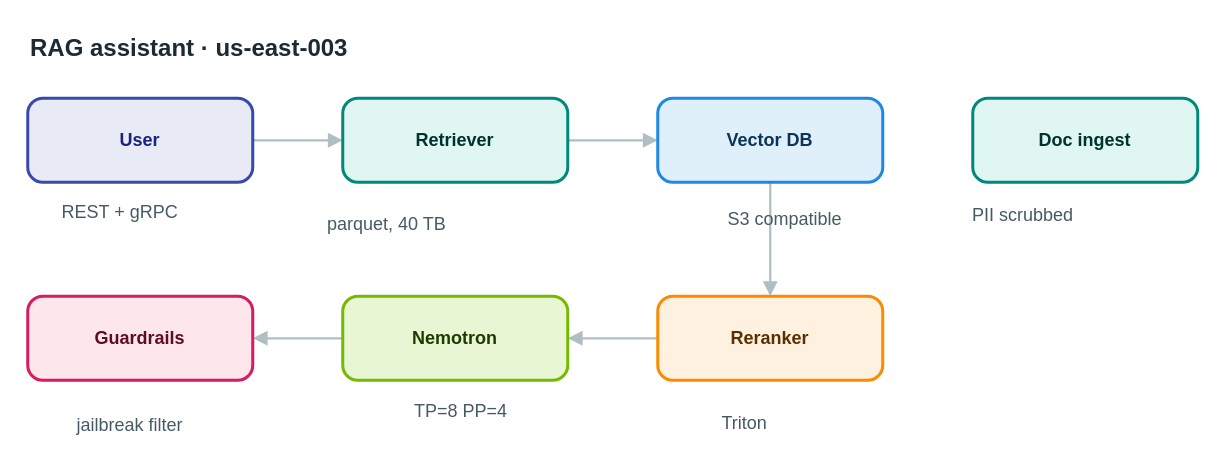
Earlier version of the draw.io diagram apps/web/public/samples/library/003-rag-assistant.drawio (AryanG01/open-apprentice). Source tidied: cells renumbered, new cells numbered last; positions are measured from the earlier drawing's top-left corner, leaving out a move shared by most shapes. Both pictures are drawn from the tidied source at 150%, with x=0, y=0 at pixel (27, 26).
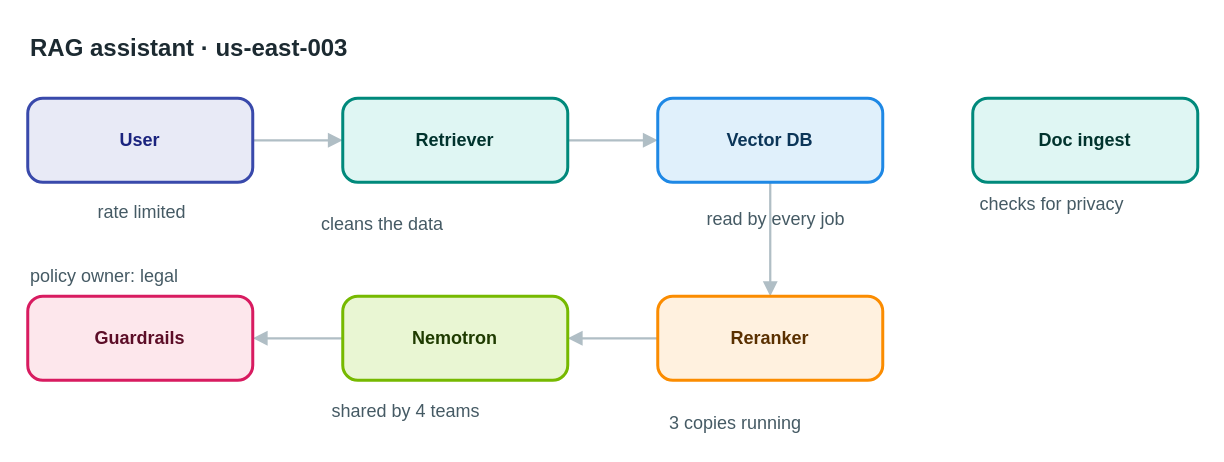
The same page after the edit.

The edit, as a diff of the source:
```diff
@@
-    <mxCell id="15" value="REST + gRPC" style="text;html=1;align=left;verticalAlign=top;whiteSpace=nowrap;spacing=0;spacingTop=0;strokeColor=none;fillColor=none;fontSize=12;fontColor=#455a64;" parent="1" vertex="1">
-      <mxGeometry x="23" y="112" width="89" height="20" as="geometry" />
+    <mxCell id="15" value="rate limited" style="text;html=1;align=left;verticalAlign=top;whiteSpace=nowrap;spacing=0;spacingTop=0;strokeColor=none;fillColor=none;fontSize=12;fontColor=#455a64;" parent="1" vertex="1">
+      <mxGeometry x="47" y="112" width="96" height="20" as="geometry" />
     </mxCell>
-    <mxCell id="16" value="parquet, 40 TB" style="text;html=1;align=left;verticalAlign=top;whiteSpace=nowrap;spacing=0;spacingTop=0;strokeColor=none;fillColor=none;fontSize=12;fontColor=#455a64;" parent="1" vertex="1">
-      <mxGeometry x="200" y="120" width="110" height="20" as="geometry" />
+    <mxCell id="16" value="cleans the data" style="text;html=1;align=left;verticalAlign=top;whiteSpace=nowrap;spacing=0;spacingTop=0;strokeColor=none;fillColor=none;fontSize=12;fontColor=#455a64;" parent="1" vertex="1">
+      <mxGeometry x="196" y="120" width="117" height="20" as="geometry" />
     </mxCell>
-    <mxCell id="17" value="S3 compatible" style="text;html=1;align=left;verticalAlign=top;whiteSpace=nowrap;spacing=0;spacingTop=0;strokeColor=none;fillColor=none;fontSize=12;fontColor=#455a64;" parent="1" vertex="1">
-      <mxGeometry x="467" y="117" width="103" height="20" as="geometry" />
+    <mxCell id="17" value="read by every job" style="text;html=1;align=left;verticalAlign=top;whiteSpace=nowrap;spacing=0;spacingTop=0;strokeColor=none;fillColor=none;fontSize=12;fontColor=#455a64;" parent="1" vertex="1">
+      <mxGeometry x="453" y="117" width="131" height="20" as="geometry" />
     </mxCell>
-    <mxCell id="18" value="Triton" style="text;html=1;align=left;verticalAlign=top;whiteSpace=nowrap;spacing=0;spacingTop=0;strokeColor=none;fillColor=none;fontSize=12;fontColor=#455a64;" parent="1" vertex="1">
-      <mxGeometry x="463" y="253" width="54" height="20" as="geometry" />
+    <mxCell id="18" value="3 copies running" style="text;html=1;align=left;verticalAlign=top;whiteSpace=nowrap;spacing=0;spacingTop=0;strokeColor=none;fillColor=none;fontSize=12;fontColor=#455a64;" parent="1" vertex="1">
+      <mxGeometry x="428" y="253" width="124" height="20" as="geometry" />
     </mxCell>
-    <mxCell id="19" value="TP=8 PP=4" style="text;html=1;align=left;verticalAlign=top;whiteSpace=nowrap;spacing=0;spacingTop=0;strokeColor=none;fillColor=none;fontSize=12;fontColor=#455a64;" parent="1" vertex="1">
-      <mxGeometry x="258" y="245" width="75" height="20" as="geometry" />
+    <mxCell id="19" value="shared by 4 teams" style="text;html=1;align=left;verticalAlign=top;whiteSpace=nowrap;spacing=0;spacingTop=0;strokeColor=none;fillColor=none;fontSize=12;fontColor=#455a64;" parent="1" vertex="1">
+      <mxGeometry x="203" y="245" width="131" height="20" as="geometry" />
     </mxCell>
-    <mxCell id="20" value="jailbreak filter" style="text;html=1;align=left;verticalAlign=top;whiteSpace=nowrap;spacing=0;spacingTop=0;strokeColor=none;fillColor=none;fontSize=12;fontColor=#455a64;" parent="1" vertex="1">
-      <mxGeometry x="33" y="254" width="124" height="20" as="geometry" />
+    <mxCell id="20" value="policy owner: legal" style="text;html=1;align=left;verticalAlign=top;whiteSpace=nowrap;spacing=0;spacingTop=0;strokeColor=none;fillColor=none;fontSize=12;fontColor=#455a64;" parent="1" vertex="1">
+      <mxGeometry x="2" y="155" width="145" height="20" as="geometry" />
     </mxCell>
-    <mxCell id="21" value="PII scrubbed" style="text;html=1;align=left;verticalAlign=top;whiteSpace=nowrap;spacing=0;spacingTop=0;strokeColor=none;fillColor=none;fontSize=12;fontColor=#455a64;" parent="1" vertex="1">
-      <mxGeometry x="630" y="114" width="96" height="20" as="geometry" />
+    <mxCell id="21" value="checks for privacy" style="text;html=1;align=left;verticalAlign=top;whiteSpace=nowrap;spacing=0;spacingTop=0;strokeColor=none;fillColor=none;fontSize=12;fontColor=#455a64;" parent="1" vertex="1">
+      <mxGeometry x="635" y="107" width="138" height="20" as="geometry" />
     </mxCell>
```
